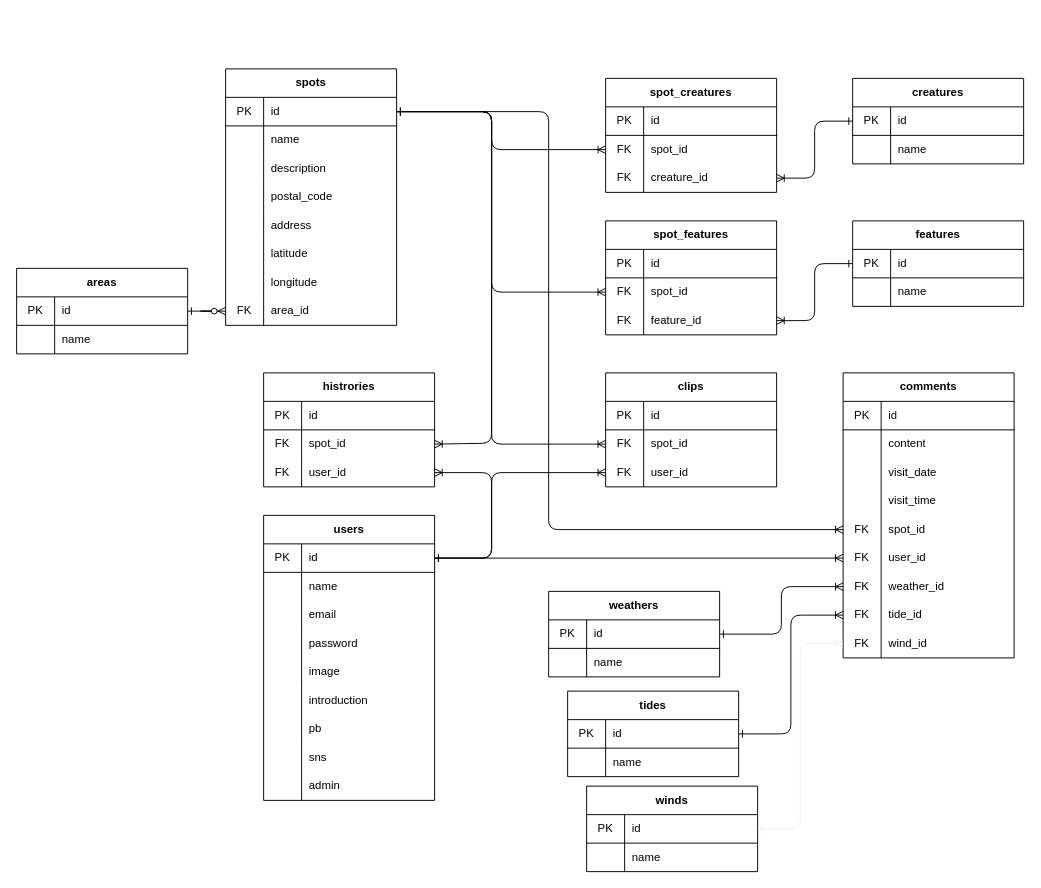
Above: miyako-ER.dio in ayanohi/skindive-miyako (draw.io), before the change. Source tidied: cells renumbered, new cells numbered last; positions are measured from the earlier drawing's top-left corner, leaving out a move shared by most shapes. Both pictures are drawn from the tidied source at 95%, with x=0, y=0 at pixel (16, 68).
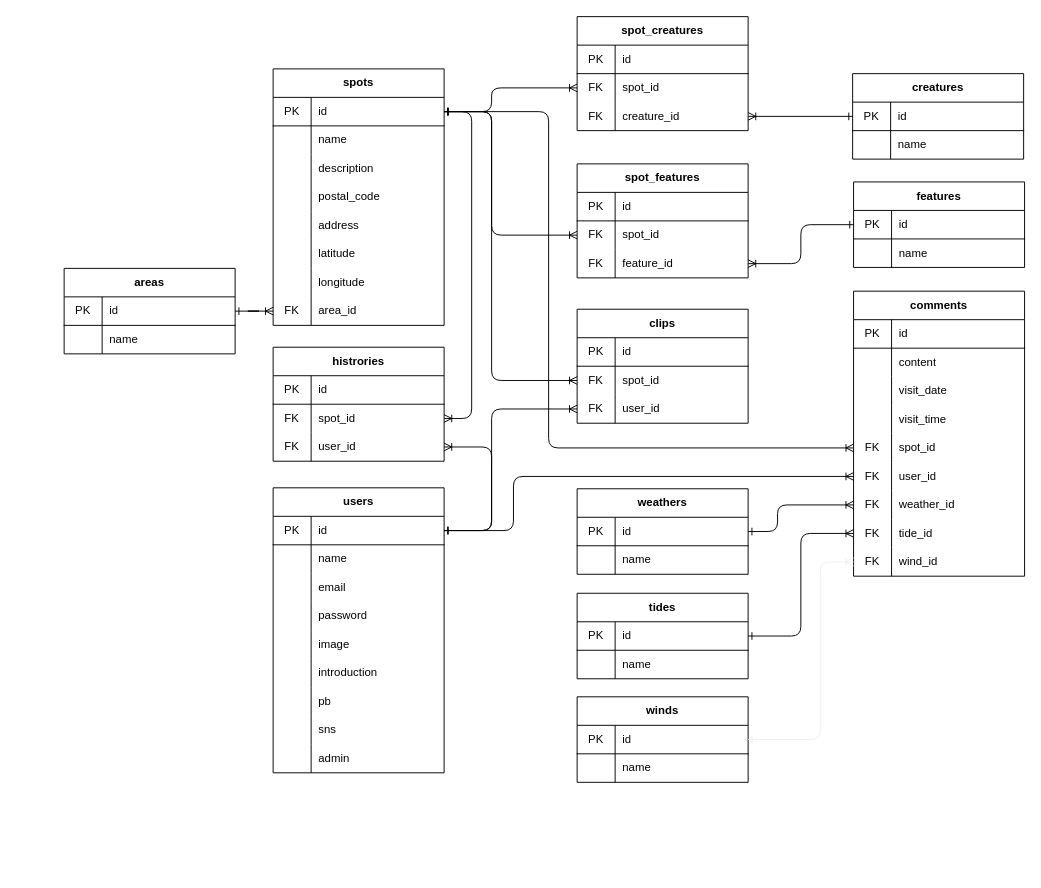
The same diagram, later.

Commit message:
refactor: ER図スタイル調整

Unchanged cells that the change refers to:
```xml
<mxCell id="3" style="shape=partialRectangle;html=1;whiteSpace=wrap;fillColor=none;top=0;left=0;bottom=1;right=0;points=[[0,0.5],[1,0.5]];portConstraint=eastwest;" parent="2" vertex="1">
  <mxGeometry y="30" width="180" height="30" as="geometry" />
</mxCell>
<mxCell id="11" style="shape=partialRectangle;html=1;whiteSpace=wrap;fillColor=none;top=0;left=0;bottom=1;right=0;points=[[0,0.5],[1,0.5]];portConstraint=eastwest;" parent="10" vertex="1">
  <mxGeometry y="30" width="180" height="30" as="geometry" />
</mxCell>
<mxCell id="53" style="shape=partialRectangle;html=1;whiteSpace=wrap;fillColor=none;top=0;left=0;bottom=1;right=0;points=[[0,0.5],[1,0.5]];portConstraint=eastwest;" parent="52" vertex="1">
  <mxGeometry y="30" width="180" height="30" as="geometry" />
</mxCell>
<mxCell id="74" style="shape=partialRectangle;html=1;whiteSpace=wrap;fillColor=none;top=0;left=0;bottom=0;right=0;points=[[0,0.5],[1,0.5]];portConstraint=eastwest;" parent="52" vertex="1">
  <mxGeometry y="240" width="180" height="30" as="geometry" />
</mxCell>
<mxCell id="91" style="shape=partialRectangle;html=1;whiteSpace=wrap;fillColor=none;top=0;left=0;bottom=0;right=0;points=[[0,0.5],[1,0.5]];portConstraint=eastwest;" parent="87" vertex="1">
  <mxGeometry y="60" width="180" height="30" as="geometry" />
</mxCell>
<mxCell id="98" style="shape=partialRectangle;html=1;whiteSpace=wrap;fillColor=none;top=0;left=0;bottom=1;right=0;points=[[0,0.5],[1,0.5]];portConstraint=eastwest;" parent="97" vertex="1">
  <mxGeometry y="30" width="180" height="30" as="geometry" />
</mxCell>
<mxCell id="108" style="shape=partialRectangle;html=1;whiteSpace=wrap;fillColor=none;top=0;left=0;bottom=0;right=0;points=[[0,0.5],[1,0.5]];portConstraint=eastwest;" parent="104" vertex="1">
  <mxGeometry y="60" width="180" height="30" as="geometry" />
</mxCell>
<mxCell id="125" style="shape=partialRectangle;html=1;whiteSpace=wrap;fillColor=none;top=0;left=0;bottom=0;right=0;points=[[0,0.5],[1,0.5]];portConstraint=eastwest;" parent="121" vertex="1">
  <mxGeometry y="60" width="180" height="30" as="geometry" />
</mxCell>
<mxCell id="128" style="shape=partialRectangle;html=1;whiteSpace=wrap;fillColor=none;top=0;left=0;bottom=0;right=0;points=[[0,0.5],[1,0.5]];portConstraint=eastwest;" parent="121" vertex="1">
  <mxGeometry y="90" width="180" height="30" as="geometry" />
</mxCell>
<mxCell id="135" style="shape=partialRectangle;html=1;whiteSpace=wrap;fillColor=none;top=0;left=0;bottom=0;right=0;points=[[0,0.5],[1,0.5]];portConstraint=eastwest;" parent="131" vertex="1">
  <mxGeometry y="60" width="180" height="30" as="geometry" />
</mxCell>
<mxCell id="138" style="shape=partialRectangle;html=1;whiteSpace=wrap;fillColor=none;top=0;left=0;bottom=0;right=0;points=[[0,0.5],[1,0.5]];portConstraint=eastwest;" parent="131" vertex="1">
  <mxGeometry y="90" width="180" height="30" as="geometry" />
</mxCell>
<mxCell id="161" style="shape=partialRectangle;html=1;whiteSpace=wrap;fillColor=none;top=0;left=0;bottom=1;right=0;points=[[0,0.5],[1,0.5]];portConstraint=eastwest;" parent="160" vertex="1">
  <mxGeometry y="30" width="180" height="30" as="geometry" />
</mxCell>
<mxCell id="193" style="shape=partialRectangle;html=1;whiteSpace=wrap;fillColor=none;top=0;left=0;bottom=0;right=0;points=[[0,0.5],[1,0.5]];portConstraint=eastwest;" parent="180" vertex="1">
  <mxGeometry y="150" width="180" height="30" as="geometry" />
</mxCell>
<mxCell id="196" style="shape=partialRectangle;html=1;whiteSpace=wrap;fillColor=none;top=0;left=0;bottom=0;right=0;points=[[0,0.5],[1,0.5]];portConstraint=eastwest;" parent="180" vertex="1">
  <mxGeometry y="180" width="180" height="30" as="geometry" />
</mxCell>
<mxCell id="199" style="shape=partialRectangle;html=1;whiteSpace=wrap;fillColor=none;top=0;left=0;bottom=0;right=0;points=[[0,0.5],[1,0.5]];portConstraint=eastwest;" parent="180" vertex="1">
  <mxGeometry y="210" width="180" height="30" as="geometry" />
</mxCell>
<mxCell id="205" style="shape=partialRectangle;html=1;whiteSpace=wrap;fillColor=none;top=0;left=0;bottom=0;right=0;points=[[0,0.5],[1,0.5]];portConstraint=eastwest;" parent="180" vertex="1">
  <mxGeometry y="270" width="180" height="30" as="geometry" />
</mxCell>
```

Change to the diagram source:
```diff
@@
     <mxCell id="2" value="areas" style="shape=table;html=1;whiteSpace=wrap;startSize=30;childLayout=tableLayout;rowLines=0;fontStyle=1;align=center;" parent="1" vertex="1">
-      <mxGeometry y="210" width="180" height="90" as="geometry" />
+      <mxGeometry x="50" y="210" width="180" height="90" as="geometry" />
     </mxCell>
@@
     <mxCell id="9" style="group;" parent="1" vertex="1">
-      <mxGeometry x="260" y="470" width="180" height="270" as="geometry" />
+      <mxGeometry x="270" y="441" width="180" height="270" as="geometry" />
     </mxCell>
@@
     <mxCell id="50" style="group;" parent="1" vertex="1">
-      <mxGeometry x="260" y="10" width="180" height="240" as="geometry" />
+      <mxGeometry x="310" y="10" width="180" height="240" as="geometry" />
     </mxCell>
@@
     <mxCell id="80" value="creatures" style="shape=table;html=1;whiteSpace=wrap;startSize=30;childLayout=tableLayout;rowLines=0;fontStyle=1;align=center;" parent="1" vertex="1">
-      <mxGeometry x="880" y="10" width="180" height="90" as="geometry" />
+      <mxGeometry x="880" y="5" width="180" height="90" as="geometry" />
     </mxCell>
@@
     <mxCell id="87" value="spot_creatures" style="shape=table;html=1;whiteSpace=wrap;startSize=30;childLayout=tableLayout;rowLines=0;fontStyle=1;align=center;" parent="1" vertex="1">
-      <mxGeometry x="620" y="10" width="180" height="120" as="geometry" />
+      <mxGeometry x="590" y="-55" width="180" height="120" as="geometry" />
     </mxCell>
@@
     <mxCell id="97" value="weathers" style="shape=table;html=1;whiteSpace=wrap;startSize=30;childLayout=tableLayout;rowLines=0;fontStyle=1;align=center;" parent="1" vertex="1">
-      <mxGeometry x="560" y="550" width="180" height="90" as="geometry" />
+      <mxGeometry x="590" y="442" width="180" height="90" as="geometry" />
     </mxCell>
@@
     <mxCell id="104" value="spot_features" style="shape=table;html=1;whiteSpace=wrap;startSize=30;childLayout=tableLayout;rowLines=0;fontStyle=1;align=center;" parent="1" vertex="1">
-      <mxGeometry x="620" y="160" width="180" height="120" as="geometry" />
+      <mxGeometry x="590" y="100" width="180" height="120" as="geometry" />
     </mxCell>
@@
     <mxCell id="114" value="features" style="shape=table;html=1;whiteSpace=wrap;startSize=30;childLayout=tableLayout;rowLines=0;fontStyle=1;align=center;" parent="1" vertex="1">
-      <mxGeometry x="880" y="160" width="180" height="90" as="geometry" />
+      <mxGeometry x="881" y="119" width="180" height="90" as="geometry" />
     </mxCell>
@@
     <mxCell id="121" value="clips" style="shape=table;html=1;whiteSpace=wrap;startSize=30;childLayout=tableLayout;rowLines=0;fontStyle=1;align=center;" parent="1" vertex="1">
-      <mxGeometry x="620" y="320" width="180" height="120" as="geometry" />
+      <mxGeometry x="590" y="253" width="180" height="120" as="geometry" />
     </mxCell>
@@
     <mxCell id="131" value="histrories" style="shape=table;html=1;whiteSpace=wrap;startSize=30;childLayout=tableLayout;rowLines=0;fontStyle=1;align=center;" parent="1" vertex="1">
-      <mxGeometry x="260" y="320" width="180" height="120" as="geometry" />
+      <mxGeometry x="270" y="293" width="180" height="120" as="geometry" />
     </mxCell>
@@
-    <mxCell id="141" style="edgeStyle=entityRelationEdgeStyle;fontSize=12;html=1;endArrow=ERzeroToMany;endFill=1;exitX=1;exitY=0.5;exitDx=0;exitDy=0;startArrow=ERone;startFill=0;rounded=1;" parent="1" edge="1" source="3" target="74">
+    <mxCell id="141" style="edgeStyle=entityRelationEdgeStyle;fontSize=12;html=1;endArrow=ERoneToMany;endFill=0;exitX=1;exitY=0.5;exitDx=0;exitDy=0;startArrow=ERone;startFill=0;rounded=1;" parent="1" edge="1" source="3" target="74">
       <mxGeometry relative="1" as="geometry" />
     </mxCell>
     <mxCell id="142" style="edgeStyle=orthogonalEdgeStyle;rounded=1;jettySize=auto;html=1;exitX=1;exitY=0.5;exitDx=0;exitDy=0;entryX=0;entryY=0.5;entryDx=0;entryDy=0;startArrow=ERone;startFill=0;endArrow=ERoneToMany;endFill=0;" parent="1" edge="1" source="53" target="91">
       <mxGeometry relative="1" as="geometry">
         <Array as="points">
           <mxPoint x="500" y="45" />
-          <mxPoint x="500" y="85" />
+          <mxPoint x="500" y="20" />
         </Array>
       </mxGeometry>
     </mxCell>
@@
     <mxCell id="144" style="rounded=1;jettySize=auto;html=1;exitX=1;exitY=0.5;exitDx=0;exitDy=0;entryX=0;entryY=0.5;entryDx=0;entryDy=0;startArrow=ERone;startFill=0;endArrow=ERoneToMany;endFill=0;edgeStyle=orthogonalEdgeStyle;" parent="1" edge="1" source="53" target="108">
       <mxGeometry relative="1" as="geometry">
         <Array as="points">
           <mxPoint x="500" y="45" />
-          <mxPoint x="500" y="235" />
+          <mxPoint x="500" y="175" />
         </Array>
       </mxGeometry>
     </mxCell>
@@
     <mxCell id="146" style="rounded=1;jettySize=auto;html=1;exitX=1;exitY=0.5;exitDx=0;exitDy=0;startArrow=ERone;startFill=0;endArrow=ERoneToMany;endFill=0;edgeStyle=orthogonalEdgeStyle;elbow=vertical;jumpStyle=none;entryX=1;entryY=0.5;entryDx=0;entryDy=0;" parent="1" edge="1" source="53" target="135">
       <mxGeometry relative="1" as="geometry">
         <Array as="points">
-          <mxPoint x="500" y="45" />
-          <mxPoint x="500" y="394" />
-          <mxPoint x="440" y="394" />
+          <mxPoint x="479" y="45" />
+          <mxPoint x="479" y="368" />
         </Array>
       </mxGeometry>
     </mxCell>
     <mxCell id="147" style="edgeStyle=orthogonalEdgeStyle;rounded=1;jettySize=auto;html=1;exitX=1;exitY=0.5;exitDx=0;exitDy=0;entryX=1;entryY=0.5;entryDx=0;entryDy=0;startArrow=ERone;startFill=0;endArrow=ERoneToMany;endFill=0;" parent="1" edge="1" source="11" target="138">
       <mxGeometry relative="1" as="geometry">
         <Array as="points">
-          <mxPoint x="500" y="515" />
-          <mxPoint x="500" y="425" />
+          <mxPoint x="500" y="486" />
+          <mxPoint x="500" y="398" />
         </Array>
       </mxGeometry>
     </mxCell>
     <mxCell id="148" style="edgeStyle=orthogonalEdgeStyle;rounded=1;jumpStyle=none;jettySize=auto;html=1;exitX=1;exitY=0.5;exitDx=0;exitDy=0;entryX=0;entryY=0.5;entryDx=0;entryDy=0;startArrow=ERone;startFill=0;endArrow=ERoneToMany;endFill=0;" parent="1" edge="1" source="53" target="125">
       <mxGeometry relative="1" as="geometry">
         <Array as="points">
           <mxPoint x="500" y="45" />
-          <mxPoint x="500" y="395" />
+          <mxPoint x="500" y="328" />
         </Array>
       </mxGeometry>
     </mxCell>
     <mxCell id="149" style="edgeStyle=orthogonalEdgeStyle;jumpStyle=none;jettySize=auto;html=1;exitX=1;exitY=0.5;exitDx=0;exitDy=0;entryX=0;entryY=0.5;entryDx=0;entryDy=0;startArrow=ERone;startFill=0;endArrow=ERoneToMany;endFill=0;rounded=1;" parent="1" edge="1" source="11" target="128">
       <mxGeometry relative="1" as="geometry">
         <Array as="points">
-          <mxPoint x="500" y="515" />
-          <mxPoint x="500" y="425" />
+          <mxPoint x="500" y="486" />
+          <mxPoint x="500" y="358" />
         </Array>
       </mxGeometry>
     </mxCell>
     <mxCell id="150" style="edgeStyle=orthogonalEdgeStyle;rounded=1;jumpStyle=none;jettySize=auto;html=1;exitX=1;exitY=0.5;exitDx=0;exitDy=0;entryX=0;entryY=0.5;entryDx=0;entryDy=0;startArrow=ERone;startFill=0;endArrow=ERoneToMany;endFill=0;" parent="1" edge="1" source="98" target="199">
-      <mxGeometry relative="1" as="geometry" />
+      <mxGeometry relative="1" as="geometry">
+        <Array as="points">
+          <mxPoint x="801" y="487" />
+          <mxPoint x="801" y="459" />
+        </Array>
+      </mxGeometry>
     </mxCell>
     <mxCell id="151" style="edgeStyle=orthogonalEdgeStyle;rounded=1;jumpStyle=none;jettySize=auto;html=1;exitX=1;exitY=0.5;exitDx=0;exitDy=0;entryX=0;entryY=0.5;entryDx=0;entryDy=0;startArrow=ERone;startFill=0;endArrow=ERoneToMany;endFill=0;" parent="1" edge="1" source="11" target="196">
-      <mxGeometry relative="1" as="geometry" />
+      <mxGeometry relative="1" as="geometry">
+        <Array as="points">
+          <mxPoint x="523" y="486" />
+          <mxPoint x="523" y="429" />
+        </Array>
+      </mxGeometry>
     </mxCell>
     <mxCell id="152" style="edgeStyle=orthogonalEdgeStyle;rounded=1;jumpStyle=none;jettySize=auto;html=1;exitX=1;exitY=0.5;exitDx=0;exitDy=0;entryX=0;entryY=0.5;entryDx=0;entryDy=0;startArrow=ERone;startFill=0;endArrow=ERoneToMany;endFill=0;" parent="1" edge="1" source="53" target="193">
       <mxGeometry relative="1" as="geometry">
         <Array as="points">
           <mxPoint x="560" y="45" />
-          <mxPoint x="560" y="485" />
+          <mxPoint x="560" y="399" />
         </Array>
       </mxGeometry>
     </mxCell>
     <mxCell id="153" value="tides" style="shape=table;html=1;whiteSpace=wrap;startSize=30;childLayout=tableLayout;rowLines=0;fontStyle=1;align=center;" parent="1" vertex="1">
-      <mxGeometry x="580" y="655" width="180" height="90" as="geometry" />
+      <mxGeometry x="590" y="552" width="180" height="90" as="geometry" />
     </mxCell>
@@
     <mxCell id="160" value="winds" style="shape=table;html=1;whiteSpace=wrap;startSize=30;childLayout=tableLayout;rowLines=0;fontStyle=1;align=center;" parent="1" vertex="1">
-      <mxGeometry x="600" y="755" width="180" height="90" as="geometry" />
+      <mxGeometry x="590" y="661" width="180" height="90" as="geometry" />
     </mxCell>
@@
     <mxCell id="167" style="group;" parent="1" vertex="1">
-      <mxGeometry x="870" y="320" width="180" height="300" as="geometry" />
+      <mxGeometry x="881" y="234" width="180" height="300" as="geometry" />
     </mxCell>
@@
     <mxCell id="209" style="edgeStyle=orthogonalEdgeStyle;rounded=1;jettySize=auto;html=1;exitX=1;exitY=0.5;exitDx=0;exitDy=0;entryX=0;entryY=0.5;entryDx=0;entryDy=0;startArrow=ERone;startFill=0;endArrow=ERoneToMany;endFill=0;strokeColor=#f0f0f0;" parent="1" edge="1" source="161" target="205">
-      <mxGeometry relative="1" as="geometry" />
+      <mxGeometry relative="1" as="geometry">
+        <Array as="points">
+          <mxPoint x="846" y="706" />
+          <mxPoint x="846" y="519" />
+        </Array>
+      </mxGeometry>
     </mxCell>
```
